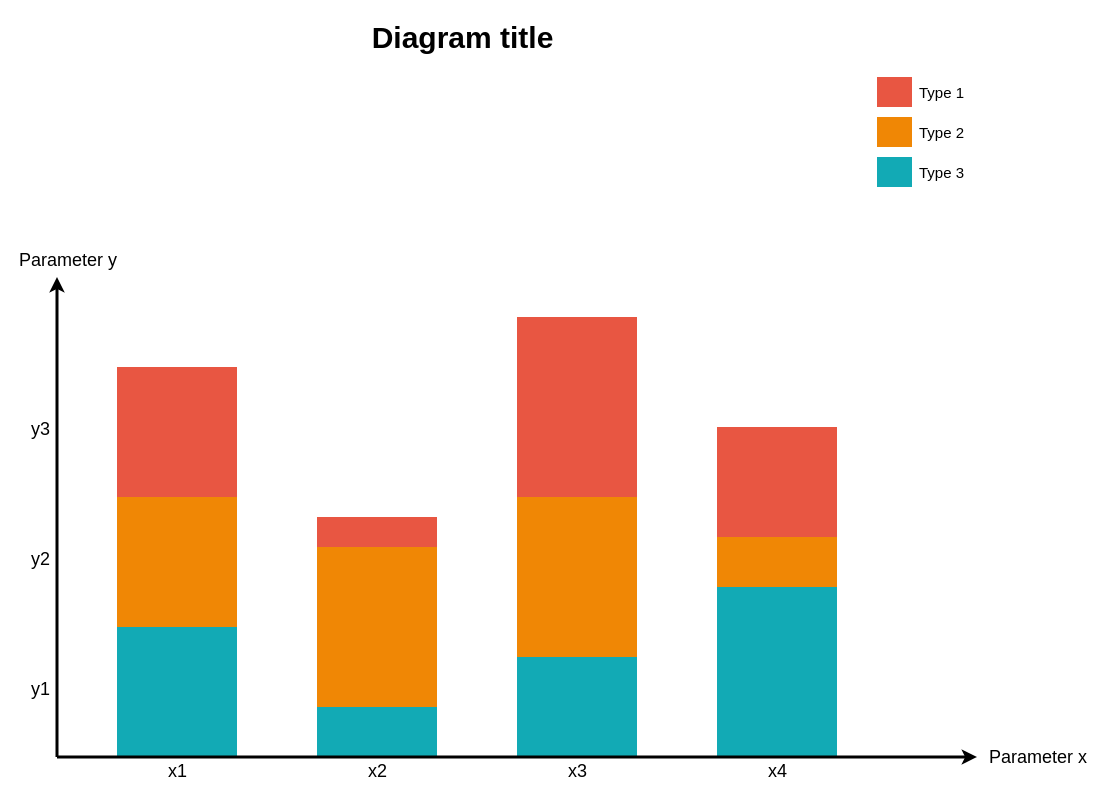
tskvivekmani/PIC-Tutor keeps this draw.io diagram as Untitled Diagram.drawio. Above is the earlier version. Source tidied: cells renumbered, new cells numbered last; positions are measured from the earlier drawing's top-left corner, leaving out a move shared by most shapes. Both pictures are drawn from the tidied source at 100%, with x=0, y=0 at pixel (17, 16).
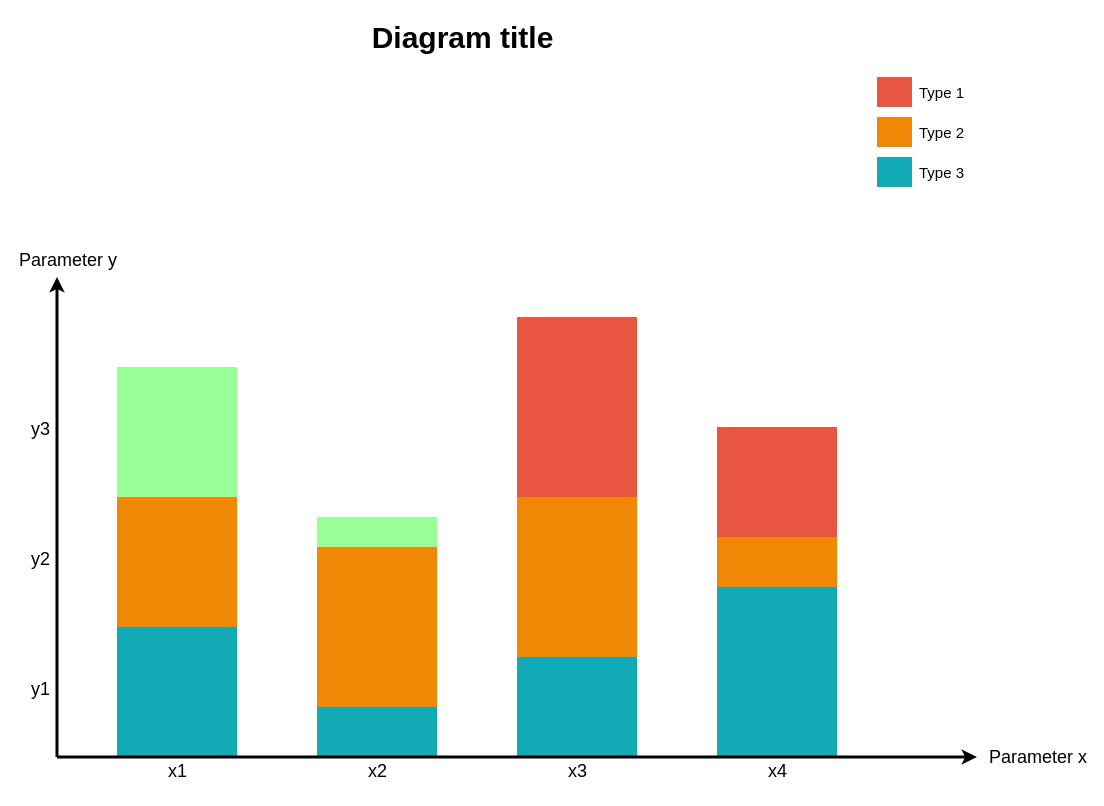
The same page after the edit.

What changed in the source:
```diff
@@
-    <mxCell id="8" style="whiteSpace=wrap;fillColor=#E85642;gradientColor=none;gradientDirection=east;strokeColor=none;html=1;fontColor=#23445d;" parent="1" vertex="1">
+    <mxCell id="8" style="whiteSpace=wrap;fillColor=#99FF99;gradientColor=none;gradientDirection=east;strokeColor=none;html=1;fontColor=#23445d;" parent="1" vertex="1">
       <mxGeometry x="99.5" y="350.5" width="120" height="130" as="geometry" />
     </mxCell>
@@
-    <mxCell id="10" style="whiteSpace=wrap;fillColor=#E85642;gradientColor=none;gradientDirection=east;strokeColor=none;html=1;fontColor=#23445d;" parent="1" vertex="1">
+    <mxCell id="10" style="whiteSpace=wrap;fillColor=#99FF99;gradientColor=none;gradientDirection=east;strokeColor=none;html=1;fontColor=#23445d;" parent="1" vertex="1">
       <mxGeometry x="299.5" y="500.5" width="120" height="30" as="geometry" />
     </mxCell>
```
